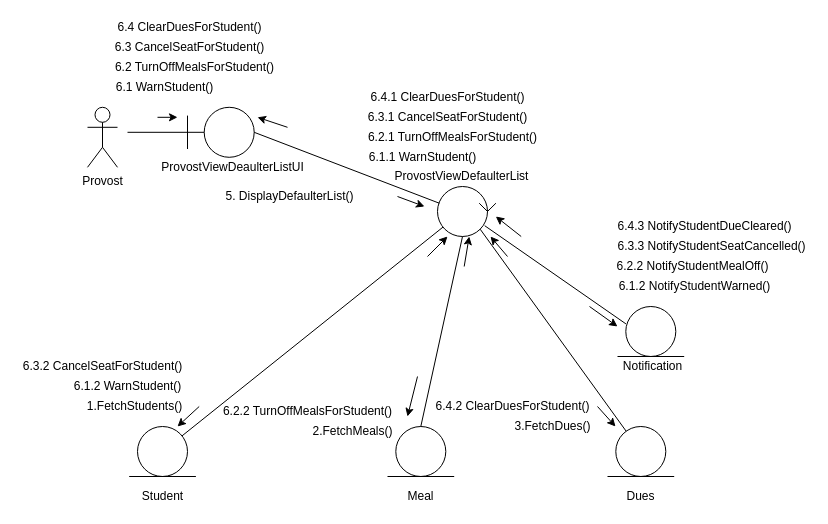
The draw.io diagram page "ViewDefaulterList" (7 of 11) of Collab.drawio in Noman1705088/CSE-326, before the edit. Source tidied: cells renumbered, new cells numbered last; positions are measured from the earlier drawing's top-left corner, leaving out a move shared by most shapes. Both pictures are drawn from the tidied source at 100%, with x=0, y=0 at pixel (17, 17).
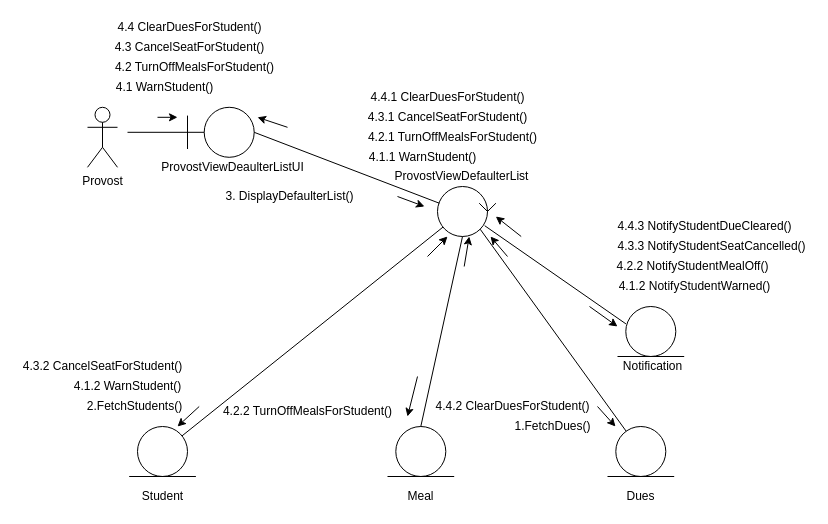
The same page after the edit.

The change refers to these unchanged cells:
```xml
<mxCell id="2" style="group;" parent="1" vertex="1">
  <mxGeometry x="210" y="119" width="275" height="80" as="geometry" />
</mxCell>
```

What changed in the source:
```diff
@@
-    <mxCell id="12" value="6.1 WarnStudent()" style="text;html=1;align=center;verticalAlign=middle;strokeColor=none;fillColor=none;" parent="2" vertex="1">
+    <mxCell id="12" value="4.1 WarnStudent()" style="text;html=1;align=center;verticalAlign=middle;strokeColor=none;fillColor=none;" parent="2" vertex="1">
       <mxGeometry x="-118.3" y="-59.2" width="110" height="20" as="geometry" />
     </mxCell>
-    <mxCell id="13" value="6.2 TurnOffMealsForStudent()" style="text;html=1;align=center;verticalAlign=middle;strokeColor=none;fillColor=none;" parent="2" vertex="1">
+    <mxCell id="13" value="4.2 TurnOffMealsForStudent()" style="text;html=1;align=center;verticalAlign=middle;strokeColor=none;fillColor=none;" parent="2" vertex="1">
       <mxGeometry x="-118.3" y="-79.2" width="170" height="20" as="geometry" />
     </mxCell>
-    <mxCell id="14" value="6.3 CancelSeatForStudent()" style="text;html=1;align=center;verticalAlign=middle;strokeColor=none;fillColor=none;" parent="2" vertex="1">
+    <mxCell id="14" value="4.3 CancelSeatForStudent()" style="text;html=1;align=center;verticalAlign=middle;strokeColor=none;fillColor=none;" parent="2" vertex="1">
       <mxGeometry x="-118.3" y="-99.2" width="160" height="20" as="geometry" />
     </mxCell>
-    <mxCell id="15" value="6.4 ClearDuesForStudent()" style="text;html=1;align=center;verticalAlign=middle;strokeColor=none;fillColor=none;" parent="2" vertex="1">
+    <mxCell id="15" value="4.4 ClearDuesForStudent()" style="text;html=1;align=center;verticalAlign=middle;strokeColor=none;fillColor=none;" parent="2" vertex="1">
       <mxGeometry x="-118.3" y="-119.2" width="160" height="20" as="geometry" />
     </mxCell>
@@
-    <mxCell id="17" value="5. DisplayDefaulterList()" style="text;html=1;align=center;verticalAlign=middle;strokeColor=none;fillColor=none;" parent="2" vertex="1">
+    <mxCell id="17" value="3. DisplayDefaulterList()" style="text;html=1;align=center;verticalAlign=middle;strokeColor=none;fillColor=none;" parent="2" vertex="1">
       <mxGeometry x="-8.3" y="50" width="140" height="20" as="geometry" />
     </mxCell>
@@
-    <mxCell id="49" value="1.FetchStudents()" style="text;html=1;align=center;verticalAlign=middle;strokeColor=none;fillColor=none;" parent="1" vertex="1">
+    <mxCell id="49" value="2.FetchStudents()" style="text;html=1;align=center;verticalAlign=middle;strokeColor=none;fillColor=none;" parent="1" vertex="1">
       <mxGeometry x="61.7" y="379" width="110" height="20" as="geometry" />
     </mxCell>
-    <mxCell id="50" value="2.FetchMeals()" style="text;html=1;align=center;verticalAlign=middle;strokeColor=none;fillColor=none;" parent="1" vertex="1">
-      <mxGeometry x="285" y="404" width="100" height="20" as="geometry" />
-    </mxCell>
@@
-    <mxCell id="57" value="3.FetchDues()" style="text;html=1;align=center;verticalAlign=middle;strokeColor=none;fillColor=none;" parent="1" vertex="1">
+    <mxCell id="57" value="1.FetchDues()" style="text;html=1;align=center;verticalAlign=middle;strokeColor=none;fillColor=none;" parent="1" vertex="1">
       <mxGeometry x="490" y="399" width="90" height="20" as="geometry" />
     </mxCell>
-    <mxCell id="58" value="6.1.2 WarnStudent()" style="text;html=1;align=center;verticalAlign=middle;strokeColor=none;fillColor=none;" parent="1" vertex="1">
+    <mxCell id="58" value="4.1.2 WarnStudent()" style="text;html=1;align=center;verticalAlign=middle;strokeColor=none;fillColor=none;" parent="1" vertex="1">
       <mxGeometry x="50" y="359" width="120" height="20" as="geometry" />
     </mxCell>
-    <mxCell id="59" value="6.2.2 TurnOffMealsForStudent()" style="text;html=1;align=center;verticalAlign=middle;strokeColor=none;fillColor=none;" parent="1" vertex="1">
+    <mxCell id="59" value="4.2.2 TurnOffMealsForStudent()" style="text;html=1;align=center;verticalAlign=middle;strokeColor=none;fillColor=none;" parent="1" vertex="1">
       <mxGeometry x="200" y="384" width="180" height="20" as="geometry" />
     </mxCell>
-    <mxCell id="60" value="6.3.2 CancelSeatForStudent()" style="text;html=1;align=center;verticalAlign=middle;strokeColor=none;fillColor=none;" parent="1" vertex="1">
+    <mxCell id="60" value="4.3.2 CancelSeatForStudent()" style="text;html=1;align=center;verticalAlign=middle;strokeColor=none;fillColor=none;" parent="1" vertex="1">
       <mxGeometry y="339" width="170" height="20" as="geometry" />
     </mxCell>
-    <mxCell id="61" value="6.4.2 ClearDuesForStudent()" style="text;html=1;align=center;verticalAlign=middle;points=[];strokeColor=none;fillColor=none;" parent="1" vertex="1">
+    <mxCell id="61" value="4.4.2 ClearDuesForStudent()" style="text;html=1;align=center;verticalAlign=middle;points=[];strokeColor=none;fillColor=none;" parent="1" vertex="1">
       <mxGeometry x="410" y="379" width="170" height="20" as="geometry" />
     </mxCell>
-    <mxCell id="62" value="6.2.2 NotifyStudentMealOff()" style="text;html=1;align=center;verticalAlign=middle;strokeColor=none;fillColor=none;" parent="1" vertex="1">
+    <mxCell id="62" value="4.2.2 NotifyStudentMealOff()" style="text;html=1;align=center;verticalAlign=middle;strokeColor=none;fillColor=none;" parent="1" vertex="1">
       <mxGeometry x="590" y="239" width="170" height="20" as="geometry" />
     </mxCell>
-    <mxCell id="63" value="6.3.3 NotifyStudentSeatCancelled()" style="text;html=1;align=center;verticalAlign=middle;strokeColor=none;fillColor=none;" parent="1" vertex="1">
+    <mxCell id="63" value="4.3.3 NotifyStudentSeatCancelled()" style="text;html=1;align=center;verticalAlign=middle;strokeColor=none;fillColor=none;" parent="1" vertex="1">
       <mxGeometry x="593.7" y="219" width="200" height="20" as="geometry" />
     </mxCell>
-    <mxCell id="64" value="6.4.3 NotifyStudentDueCleared()" style="text;html=1;align=center;verticalAlign=middle;strokeColor=none;fillColor=none;" parent="1" vertex="1">
+    <mxCell id="64" value="4.4.3 NotifyStudentDueCleared()" style="text;html=1;align=center;verticalAlign=middle;strokeColor=none;fillColor=none;" parent="1" vertex="1">
       <mxGeometry x="591.7" y="199" width="190" height="20" as="geometry" />
     </mxCell>
-    <mxCell id="65" value="6.1.2 NotifyStudentWarned()" style="text;html=1;align=center;verticalAlign=middle;strokeColor=none;fillColor=none;" parent="1" vertex="1">
+    <mxCell id="65" value="4.1.2 NotifyStudentWarned()" style="text;html=1;align=center;verticalAlign=middle;strokeColor=none;fillColor=none;" parent="1" vertex="1">
       <mxGeometry x="591.7" y="259" width="170" height="20" as="geometry" />
     </mxCell>
@@
-    <mxCell id="67" value="6.4.1 ClearDuesForStudent()" style="text;html=1;align=center;verticalAlign=middle;strokeColor=none;fillColor=none;" parent="1" vertex="1">
+    <mxCell id="67" value="4.4.1 ClearDuesForStudent()" style="text;html=1;align=center;verticalAlign=middle;strokeColor=none;fillColor=none;" parent="1" vertex="1">
       <mxGeometry x="345" y="69.8" width="170" height="20" as="geometry" />
     </mxCell>
-    <mxCell id="68" value="6.1.1 WarnStudent()" style="text;html=1;align=center;verticalAlign=middle;strokeColor=none;fillColor=none;" parent="1" vertex="1">
+    <mxCell id="68" value="4.1.1 WarnStudent()" style="text;html=1;align=center;verticalAlign=middle;strokeColor=none;fillColor=none;" parent="1" vertex="1">
       <mxGeometry x="345" y="129.8" width="120" height="20" as="geometry" />
     </mxCell>
-    <mxCell id="69" value="6.2.1 TurnOffMealsForStudent()" style="text;html=1;align=center;verticalAlign=middle;strokeColor=none;fillColor=none;" parent="1" vertex="1">
+    <mxCell id="69" value="4.2.1 TurnOffMealsForStudent()" style="text;html=1;align=center;verticalAlign=middle;strokeColor=none;fillColor=none;" parent="1" vertex="1">
       <mxGeometry x="345" y="109.8" width="180" height="20" as="geometry" />
     </mxCell>
-    <mxCell id="70" value="6.3.1 CancelSeatForStudent()" style="text;html=1;align=center;verticalAlign=middle;strokeColor=none;fillColor=none;" parent="1" vertex="1">
+    <mxCell id="70" value="4.3.1 CancelSeatForStudent()" style="text;html=1;align=center;verticalAlign=middle;strokeColor=none;fillColor=none;" parent="1" vertex="1">
       <mxGeometry x="345" y="89.8" width="170" height="20" as="geometry" />
     </mxCell>
```
